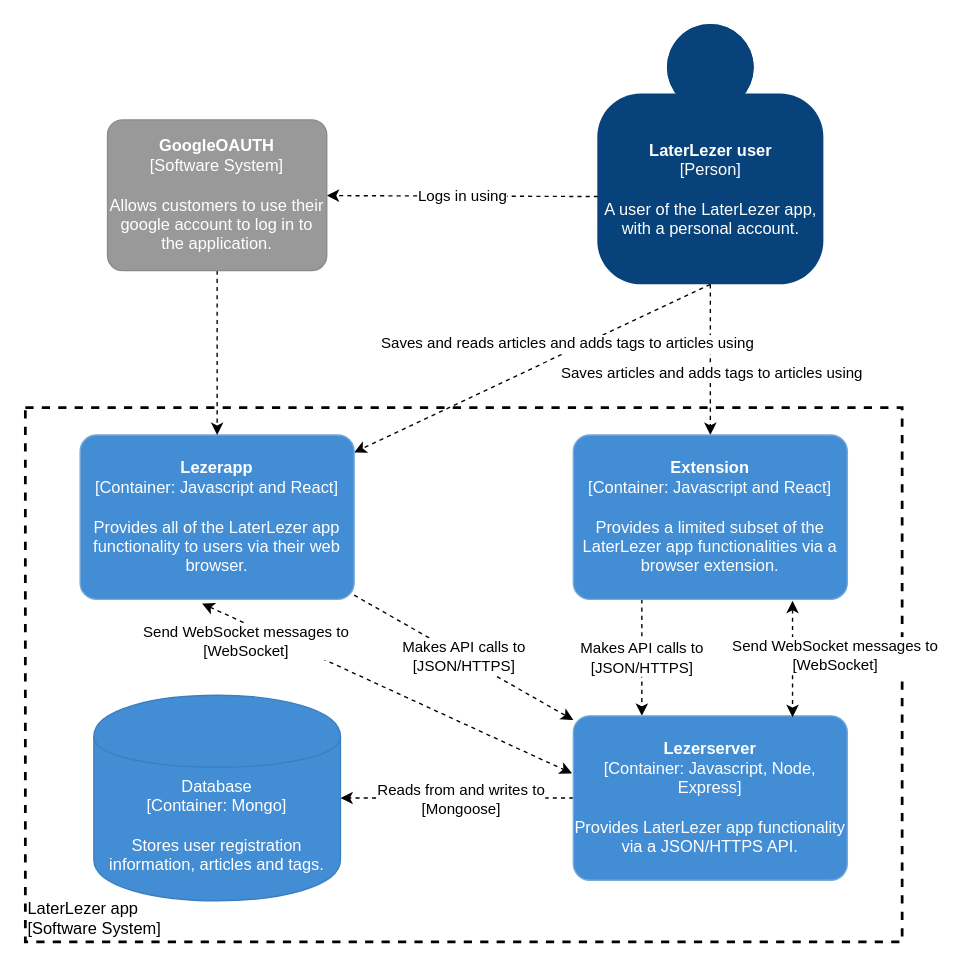
Above: page "container-diagram" (2 of 7) of documents/c4model.drawio in Patrickroelofs/HANICA-DWA-Laterlezer (draw.io), before the change. Source tidied: cells renumbered, new cells numbered last; positions are measured from the earlier drawing's top-left corner, leaving out a move shared by most shapes. Both pictures are drawn from the tidied source at 137%, with x=0, y=0 at pixel (25, 23).
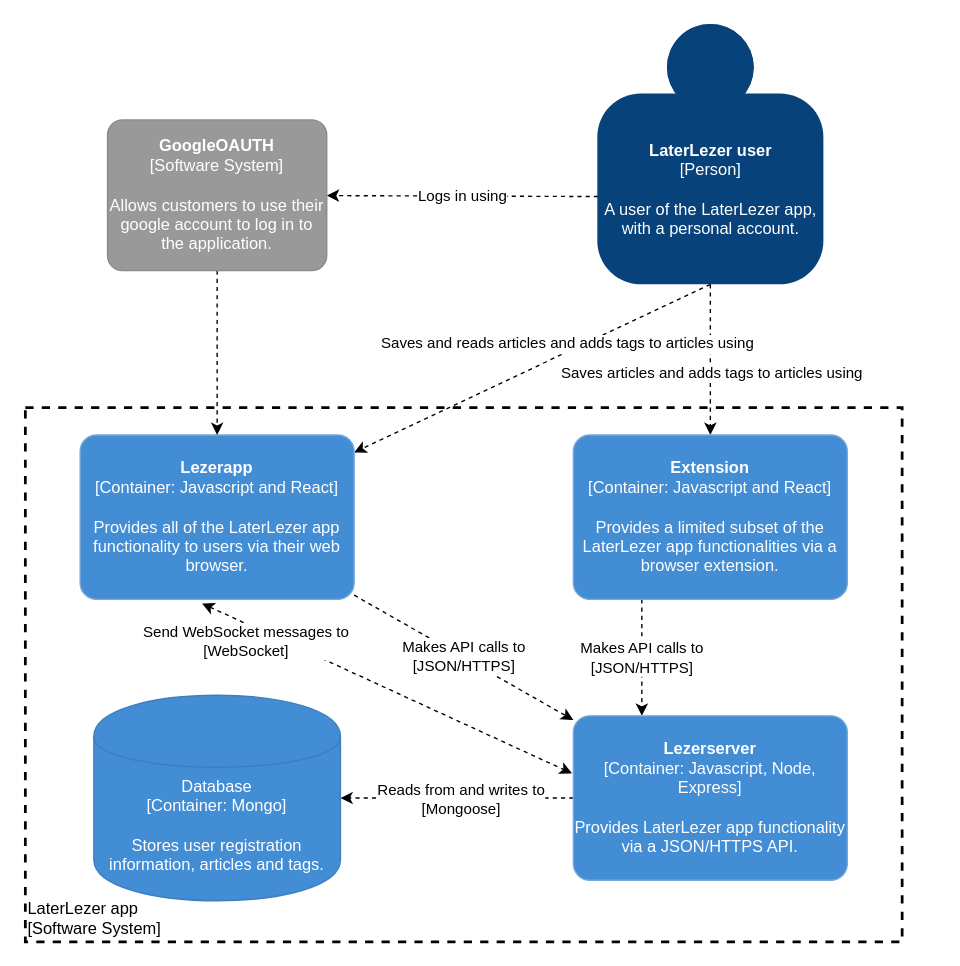
Above is the later version.

The change refers to these unchanged cells:
```xml
<object id="15" label="&lt;b&gt;%c4Name%&lt;/b&gt;&lt;div&gt;[%c4Type%: %c4Technology%]&lt;/div&gt;&lt;br&gt;&lt;div&gt;%c4Description%&lt;/div&gt;" c4Description="Provides LaterLezer app functionality via a JSON/HTTPS API." c4Name="Lezerserver" c4Technology="Javascript, Node, Express" c4Type="Container" placeholders="1">
  <mxCell style="rounded=1;whiteSpace=wrap;html=1;labelBackgroundColor=none;fontColor=#ffffff;align=center;arcSize=10;strokeColor=#78A8D8;metaData={&quot;c4Type&quot;:{&quot;editable&quot;:false}};points=[[0.25,0,0],[0.5,0,0],[0.75,0,0],[1,0.25,0],[1,0.5,0],[1,0.75,0],[0.75,1,0],[0.5,1,0],[0.25,1,0],[0,0.75,0],[0,0.5,0],[0,0.25,0]];fillColor=#438DD5;" parent="1" vertex="1">
    <mxGeometry x="400" y="505" width="200" height="120" as="geometry" />
  </mxCell>
</object>
```

The edit, as a diff of the source:
```diff
@@
-    <mxCell id="18" style="edgeStyle=none;rounded=0;jettySize=auto;html=1;dashed=1;startArrow=classic;startFill=1;entryX=0.8;entryY=0.008;entryDx=0;entryDy=0;entryPerimeter=0;" parent="1" edge="1" target="15">
-      <mxGeometry relative="1" as="geometry">
-        <mxPoint x="560" y="421" as="sourcePoint" />
-      </mxGeometry>
-    </mxCell>
@@
-    <mxCell id="20" value="Send WebSocket messages to&lt;br&gt;[WebSocket]" style="edgeLabel;html=1;align=center;verticalAlign=middle;" parent="1" vertex="1">
-      <mxGeometry x="590" y="460" as="geometry" />
-    </mxCell>
```
